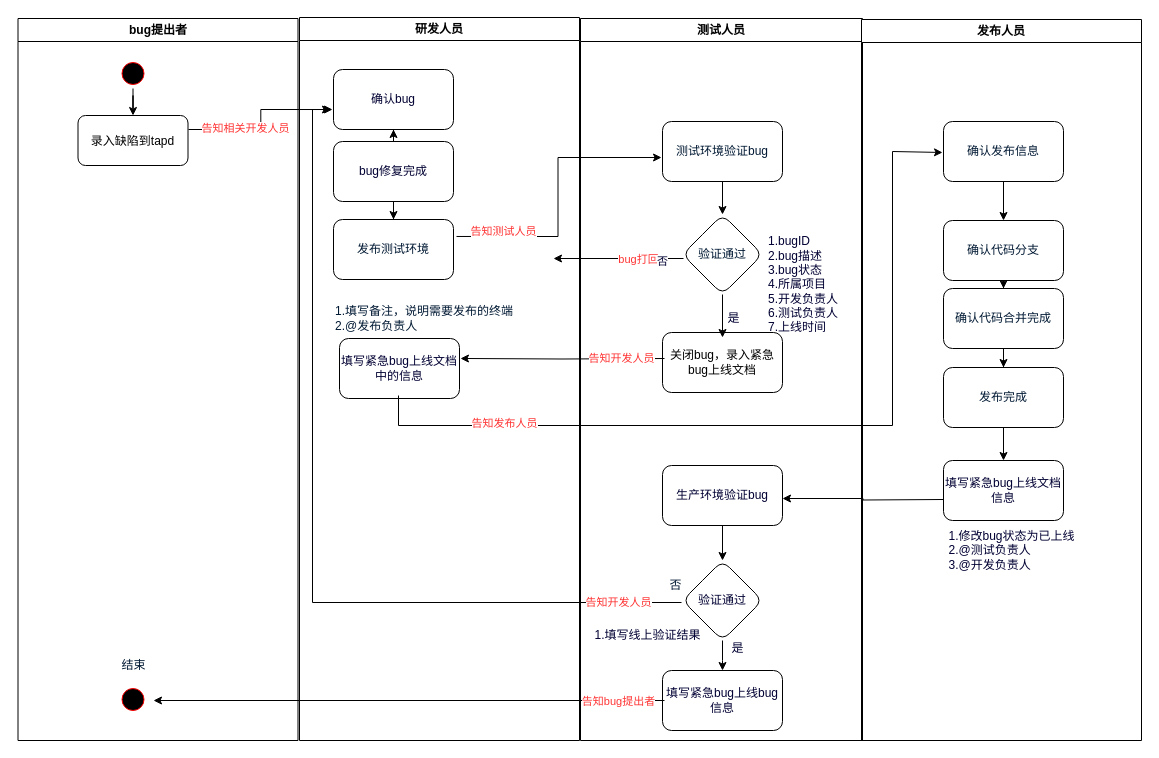
Before: 紧急bug上线流程.drawio in Echolh/doc-flowDiagram, a draw.io diagram. Source tidied: cells renumbered, new cells numbered last; positions are measured from the earlier drawing's top-left corner, leaving out a move shared by most shapes. Both pictures are drawn from the tidied source at 100%, with x=0, y=0 at pixel (17, 17).
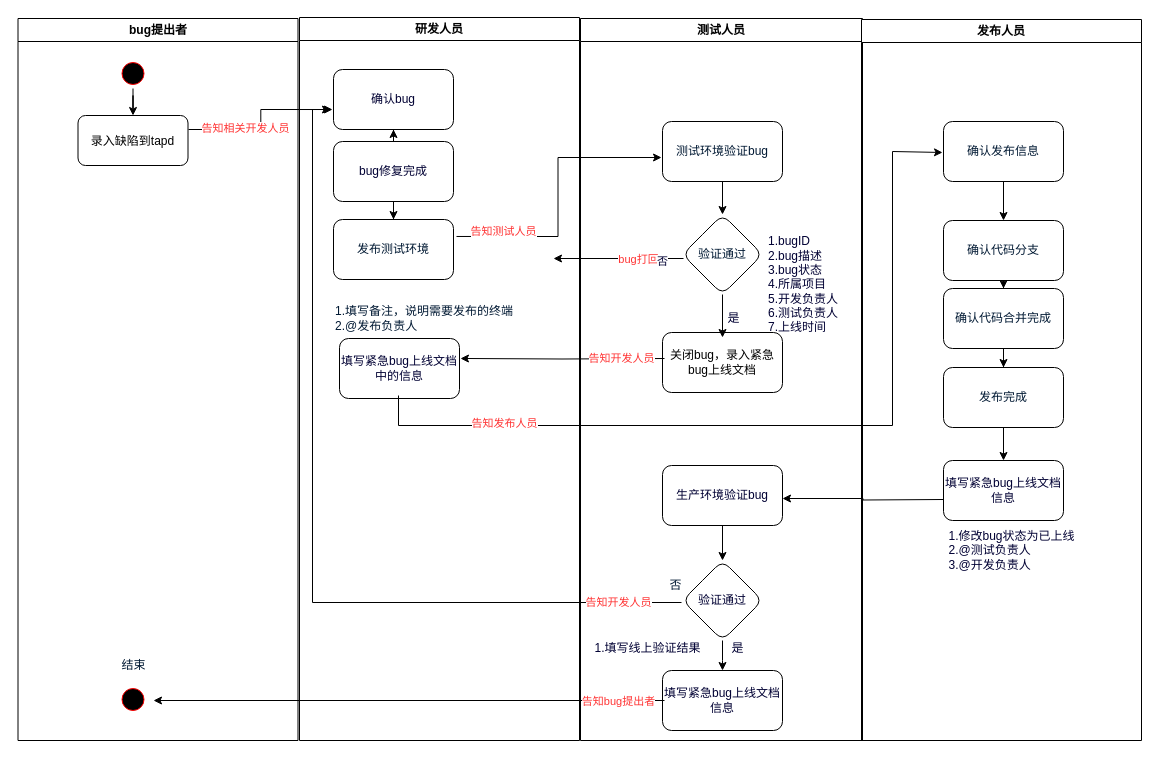
The same page after the edit.

Commit message (it also covers changes not shown here):
[img-修改图片]

Unchanged cells that the change refers to:
```xml
<mxCell id="18" value="测试人员" style="swimlane;whiteSpace=wrap;" parent="1" vertex="1">
  <mxGeometry x="563" y="1" width="282" height="722" as="geometry" />
</mxCell>
```

The edit, as a diff of the source:
```diff
@@
-    <mxCell id="28" value="填写紧急bug上线bug信息" style="rounded=1;whiteSpace=wrap;html=1;glass=0;sketch=0;fontColor=#000033;" parent="18" vertex="1">
+    <mxCell id="28" value="填写紧急bug上线文档信息" style="rounded=1;whiteSpace=wrap;html=1;glass=0;sketch=0;fontColor=#000033;" parent="18" vertex="1">
       <mxGeometry x="82" y="652" width="120" height="60" as="geometry" />
     </mxCell>
     <mxCell id="29" value="1.填写线上验证结果" style="text;html=1;align=center;verticalAlign=middle;strokeColor=none;fillColor=none;fontColor=#000033;" parent="18" vertex="1">
-      <mxGeometry x="2" y="602" width="130" height="30" as="geometry" />
+      <mxGeometry x="2" y="615" width="130" height="30" as="geometry" />
     </mxCell>
```
